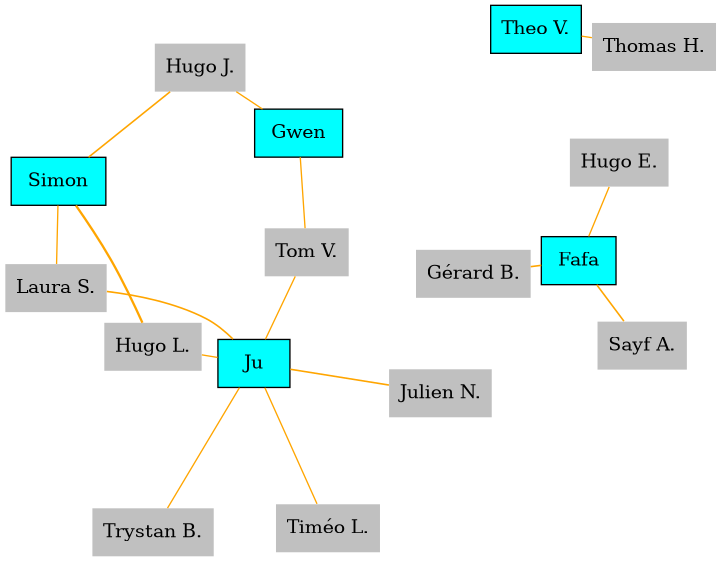
The Graphviz diagram jumpers_PAC.dot.png in GuilhemRep/sauts, before a commit. Its source is kept beside it as jumpers_PAC.dot.
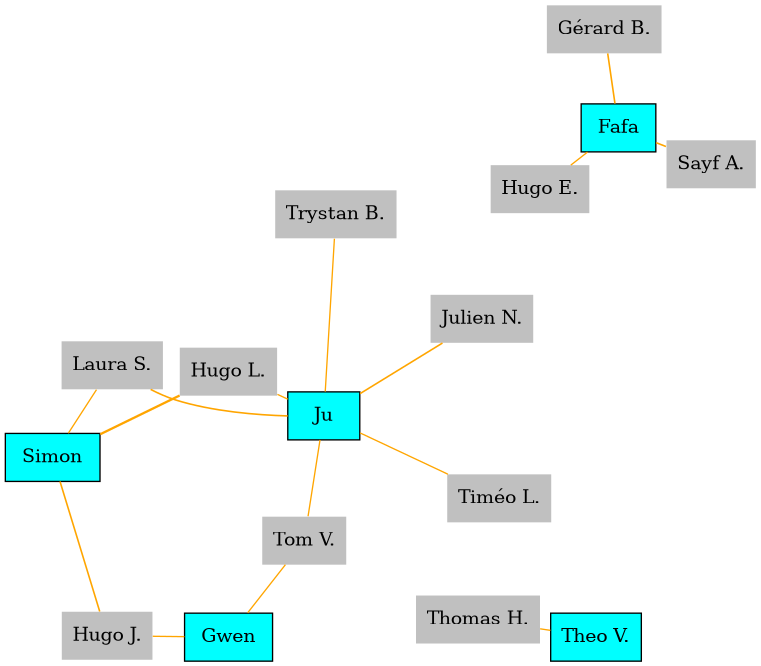
The same file after the commit.

Diff of the diagram source:
```diff
@@ -1,21 +1,21 @@
 graph Jumpers {
 	graph [overlap=false ratio=1 size="15,15" splines=true]
+	"Hugo J." [fillcolor=gray shape=none style=filled]
 	" Simon " [fillcolor=cyan shape=rectangle style=filled]
+	" Gwen " [fillcolor=cyan shape=rectangle style=filled]
+	"Hugo E." [fillcolor=gray shape=none style=filled]
+	"Laura S." [fillcolor=gray shape=none style=filled]
+	"Thomas H." [fillcolor=gray shape=none style=filled]
+	"Sayf A." [fillcolor=gray shape=none style=filled]
+	"Theo V." [fillcolor=cyan shape=rectangle style=filled]
+	"Julien N." [fillcolor=gray shape=none style=filled]
+	"Trystan B." [fillcolor=gray shape=none style=filled]
+	" Ju " [fillcolor=cyan shape=rectangle style=filled]
+	" Fafa " [fillcolor=cyan shape=rectangle style=filled]
 	"Hugo L." [fillcolor=gray shape=none style=filled]
+	"Gérard B." [fillcolor=gray shape=none style=filled]
 	"Timéo L." [fillcolor=gray shape=none style=filled]
-	"Hugo J." [fillcolor=gray shape=none style=filled]
-	"Gérard B." [fillcolor=gray shape=none style=filled]
-	" Gwen " [fillcolor=cyan shape=rectangle style=filled]
 	"Tom V." [fillcolor=gray shape=none style=filled]
-	" Fafa " [fillcolor=cyan shape=rectangle style=filled]
-	"Laura S." [fillcolor=gray shape=none style=filled]
-	"Theo V." [fillcolor=cyan shape=rectangle style=filled]
-	" Ju " [fillcolor=cyan shape=rectangle style=filled]
-	"Sayf A." [fillcolor=gray shape=none style=filled]
-	"Thomas H." [fillcolor=gray shape=none style=filled]
-	"Trystan B." [fillcolor=gray shape=none style=filled]
-	"Julien N." [fillcolor=gray shape=none style=filled]
-	"Hugo E." [fillcolor=gray shape=none style=filled]
 	" Fafa " -- "Sayf A." [color=orange len=1.5 penwidth=1.2071067811865475]
 	" Ju " -- "Tom V." [color=orange len=1.0 penwidth=1.0]
 	" Gwen " -- "Tom V." [color=orange len=1.0 penwidth=1.0]
```
